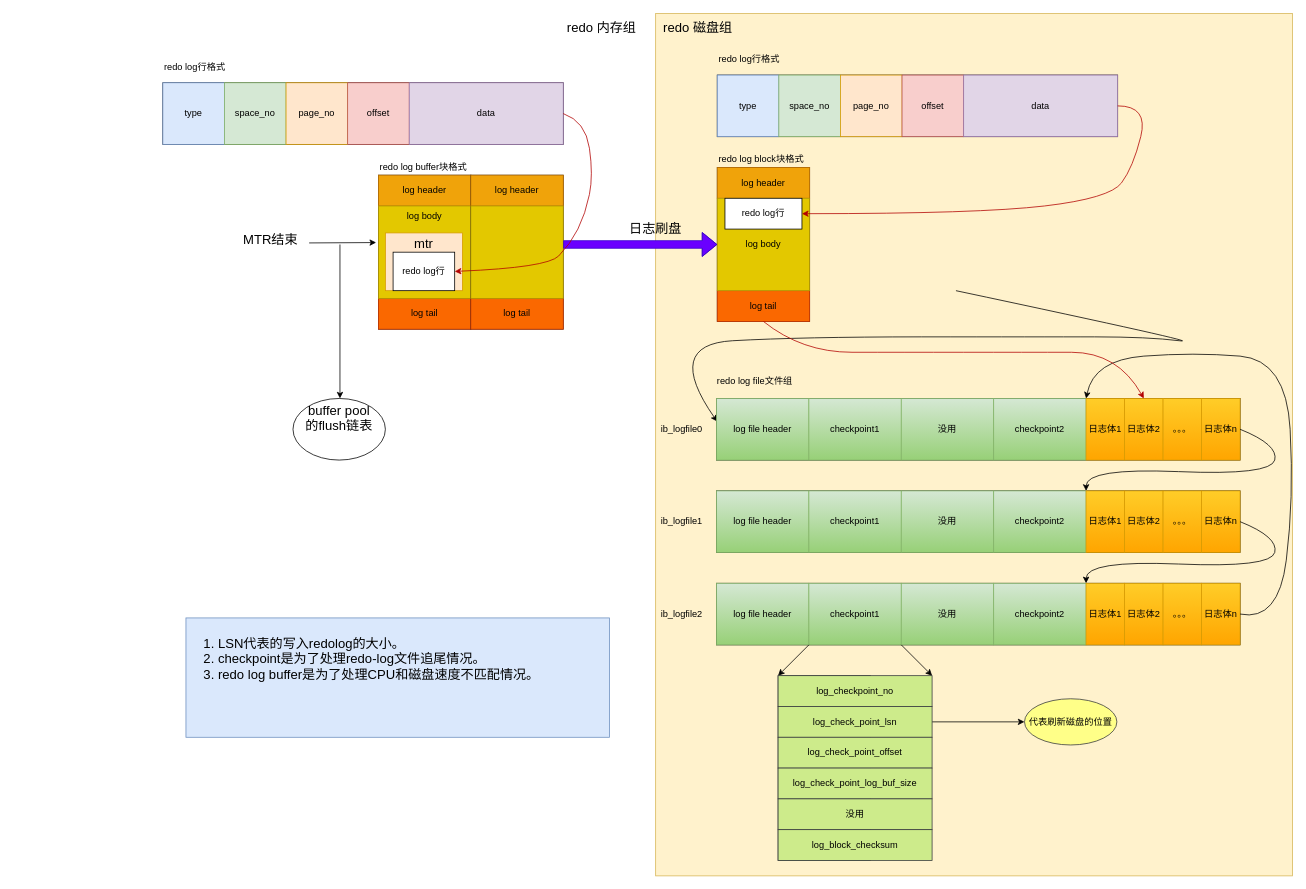
The draw.io diagram redo.drawio in wqfgithub/drawio, before the edit. Source tidied: cells renumbered, new cells numbered last; positions are measured from the earlier drawing's top-left corner, leaving out a move shared by most shapes. Both pictures are drawn from the tidied source at 77%, with x=0, y=0 at pixel (162, 13).
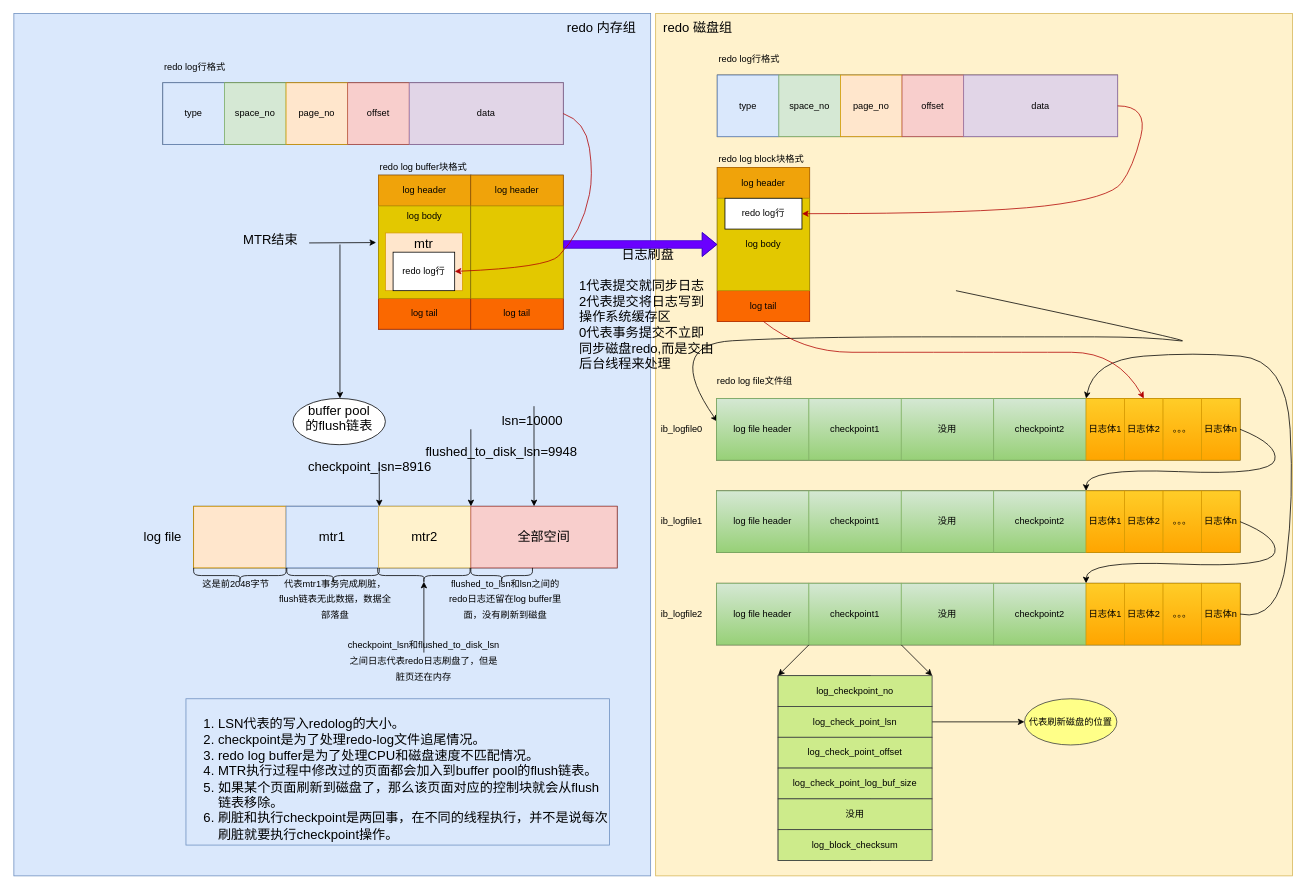
Above is the later version.

The edit, as a diff of the source:
```diff
@@
+    <mxCell id="95" style="rounded=0;whiteSpace=wrap;html=1;align=center;fillColor=#dae8fc;strokeColor=#6c8ebf;" parent="1" vertex="1">
+      <mxGeometry x="-193.5" width="827" height="1120" as="geometry" />
+    </mxCell>
@@
-    <mxCell id="87" value="&lt;ol&gt;&lt;li&gt;LSN代表的写入redolog的大小。&lt;/li&gt;&lt;li&gt;checkpoint是为了处理redo-log文件追尾情况。&lt;/li&gt;&lt;li&gt;redo log buffer是为了处理CPU和磁盘速度不匹配情况。&lt;/li&gt;&lt;/ol&gt;" style="rounded=0;whiteSpace=wrap;html=1;fontSize=17;align=left;verticalAlign=top;fillColor=#dae8fc;strokeColor=#6c8ebf;" parent="1" vertex="1">
-      <mxGeometry x="30" y="785" width="550" height="155" as="geometry" />
+    <mxCell id="87" value="&lt;ol&gt;&lt;li&gt;LSN代表的写入redolog的大小。&lt;/li&gt;&lt;li&gt;checkpoint是为了处理redo-log文件追尾情况。&lt;/li&gt;&lt;li&gt;redo log buffer是为了处理CPU和磁盘速度不匹配情况。&lt;/li&gt;&lt;li&gt;MTR执行过程中修改过的页面都会加入到buffer pool的flush链表。&lt;/li&gt;&lt;li&gt;如果某个页面刷新到磁盘了，那么该页面对应的控制块就会从flush链表移除。&lt;/li&gt;&lt;li&gt;刷脏和执行checkpoint是两回事，在不同的线程执行，并不是说每次刷脏就要执行checkpoint操作。&lt;/li&gt;&lt;/ol&gt;" style="rounded=0;whiteSpace=wrap;html=1;fontSize=17;align=left;verticalAlign=top;fillColor=#dae8fc;strokeColor=#6c8ebf;" parent="1" vertex="1">
+      <mxGeometry x="30" y="890" width="550" height="190" as="geometry" />
     </mxCell>
     <mxCell id="88" value="日志刷盘" style="text;html=1;strokeColor=none;fillColor=none;align=center;verticalAlign=middle;whiteSpace=wrap;rounded=0;fontSize=17;" parent="1" vertex="1">
-      <mxGeometry x="600" y="270" width="80" height="20" as="geometry" />
+      <mxGeometry x="590" y="305" width="80" height="20" as="geometry" />
     </mxCell>
@@
     <mxCell id="94" value="buffer pool&lt;br&gt;的flush链表" style="ellipse;whiteSpace=wrap;html=1;rounded=0;fontSize=17;gradientColor=none;align=center;verticalAlign=top;" parent="1" vertex="1">
-      <mxGeometry x="169" y="500" width="120" height="80" as="geometry" />
+      <mxGeometry x="169" y="500" width="120" height="60" as="geometry" />
     </mxCell>
+    <mxCell id="96" style="rounded=0;whiteSpace=wrap;html=1;fontSize=17;gradientColor=none;align=center;verticalAlign=top;" parent="1" vertex="1">
+      <mxGeometry x="40" y="640" width="550" height="80" as="geometry" />
+    </mxCell>
+    <mxCell id="97" style="rounded=0;whiteSpace=wrap;html=1;fontSize=17;align=center;verticalAlign=top;fillColor=#ffe6cc;strokeColor=#d79b00;" parent="1" vertex="1">
+      <mxGeometry x="40" y="640" width="120" height="80" as="geometry" />
+    </mxCell>
+    <mxCell id="98" value="mtr1" style="rounded=0;whiteSpace=wrap;html=1;fontSize=17;align=center;verticalAlign=middle;fillColor=#dae8fc;strokeColor=#6c8ebf;" parent="1" vertex="1">
+      <mxGeometry x="160" y="640" width="120" height="80" as="geometry" />
+    </mxCell>
+    <mxCell id="99" value="mtr2" style="rounded=0;whiteSpace=wrap;html=1;fontSize=17;align=center;verticalAlign=middle;fillColor=#fff2cc;strokeColor=#d6b656;" parent="1" vertex="1">
+      <mxGeometry x="280" y="640" width="120" height="80" as="geometry" />
+    </mxCell>
+    <mxCell id="100" value="全部空间" style="rounded=0;whiteSpace=wrap;html=1;fontSize=17;align=center;verticalAlign=middle;fillColor=#f8cecc;strokeColor=#b85450;" parent="1" vertex="1">
+      <mxGeometry x="400" y="640" width="190" height="80" as="geometry" />
+    </mxCell>
+    <mxCell id="101" style="shape=curlyBracket;whiteSpace=wrap;html=1;rounded=1;flipH=1;fontSize=17;gradientColor=none;align=center;verticalAlign=top;rotation=90;" parent="1" vertex="1">
+      <mxGeometry x="90" y="670" width="20" height="120" as="geometry" />
+    </mxCell>
+    <mxCell id="102" value="log file" style="text;html=1;strokeColor=none;fillColor=none;align=center;verticalAlign=middle;whiteSpace=wrap;rounded=0;fontSize=17;" parent="1" vertex="1">
+      <mxGeometry x="-30" y="670" width="60" height="20" as="geometry" />
+    </mxCell>
+    <mxCell id="103" value="&lt;font style=&quot;font-size: 12px&quot;&gt;这是前2048字节&lt;/font&gt;" style="text;html=1;strokeColor=none;fillColor=none;align=center;verticalAlign=middle;whiteSpace=wrap;rounded=0;fontSize=17;" parent="1" vertex="1">
+      <mxGeometry x="40" y="730" width="110" height="20" as="geometry" />
+    </mxCell>
+    <mxCell id="104" style="endArrow=classic;html=1;fontSize=17;entryX=0.432;entryY=0;entryDx=0;entryDy=0;entryPerimeter=0;" parent="1" edge="1" target="100">
+      <mxGeometry relative="1" as="geometry">
+        <mxPoint x="482" y="510" as="sourcePoint" />
+      </mxGeometry>
+    </mxCell>
+    <mxCell id="105" value="lsn=10000" style="text;html=1;strokeColor=none;fillColor=none;align=center;verticalAlign=middle;whiteSpace=wrap;rounded=0;fontSize=17;" parent="1" vertex="1">
+      <mxGeometry x="460" y="520" width="40" height="20" as="geometry" />
+    </mxCell>
+    <mxCell id="106" style="endArrow=classic;html=1;fontSize=17;entryX=0.432;entryY=0;entryDx=0;entryDy=0;entryPerimeter=0;" parent="1" edge="1">
+      <mxGeometry relative="1" as="geometry">
+        <mxPoint x="400" y="540" as="sourcePoint" />
+        <mxPoint x="400.1" y="640" as="targetPoint" />
+      </mxGeometry>
+    </mxCell>
+    <mxCell id="107" value="flushed_to_disk_lsn=9948" style="text;html=1;strokeColor=none;fillColor=none;align=center;verticalAlign=middle;whiteSpace=wrap;rounded=0;fontSize=17;" parent="1" vertex="1">
+      <mxGeometry x="420" y="560" width="40" height="20" as="geometry" />
+    </mxCell>
+    <mxCell id="108" style="endArrow=classic;html=1;fontSize=17;entryX=0.432;entryY=0;entryDx=0;entryDy=0;entryPerimeter=0;" parent="1" edge="1">
+      <mxGeometry relative="1" as="geometry">
+        <mxPoint x="281" y="590" as="sourcePoint" />
+        <mxPoint x="281.1" y="640" as="targetPoint" />
+      </mxGeometry>
+    </mxCell>
+    <mxCell id="109" value="checkpoint_lsn=8916" style="text;html=1;strokeColor=none;fillColor=none;align=center;verticalAlign=middle;whiteSpace=wrap;rounded=0;fontSize=17;" parent="1" vertex="1">
+      <mxGeometry x="249" y="580" width="40" height="20" as="geometry" />
+    </mxCell>
+    <mxCell id="110" style="shape=curlyBracket;whiteSpace=wrap;html=1;rounded=1;flipH=1;fontSize=17;gradientColor=none;align=center;verticalAlign=top;rotation=90;" parent="1" vertex="1">
+      <mxGeometry x="430" y="690" width="20" height="80" as="geometry" />
+    </mxCell>
+    <mxCell id="111" value="&lt;span style=&quot;font-size: 12px&quot;&gt;flushed_to_lsn和lsn之间的redo日志还留在log buffer里面，没有刷新到磁盘&lt;/span&gt;" style="text;html=1;strokeColor=none;fillColor=none;align=center;verticalAlign=middle;whiteSpace=wrap;rounded=0;fontSize=17;" parent="1" vertex="1">
+      <mxGeometry x="370" y="740" width="150" height="40" as="geometry" />
+    </mxCell>
+    <mxCell id="112" style="shape=curlyBracket;whiteSpace=wrap;html=1;rounded=1;flipH=1;fontSize=17;gradientColor=none;align=center;verticalAlign=top;rotation=90;" parent="1" vertex="1">
+      <mxGeometry x="329" y="670" width="20" height="120" as="geometry" />
+    </mxCell>
+    <mxCell id="113" value="&lt;font style=&quot;font-size: 12px&quot;&gt;checkpoint_lsn和flushed_to_disk_lsn之间日志代表redo日志刷盘了，但是脏页还在内存&lt;/font&gt;" style="text;html=1;strokeColor=none;fillColor=none;align=center;verticalAlign=middle;whiteSpace=wrap;rounded=0;fontSize=17;" parent="1" vertex="1">
+      <mxGeometry x="239" y="830" width="200" height="20" as="geometry" />
+    </mxCell>
+    <mxCell id="114" style="endArrow=classic;html=1;fontSize=17;exitX=0.5;exitY=0;exitDx=0;exitDy=0;entryX=0.1;entryY=0.5;entryDx=0;entryDy=0;entryPerimeter=0;" parent="1" edge="1" source="113" target="112">
+      <mxGeometry relative="1" as="geometry" />
+    </mxCell>
+    <mxCell id="115" style="shape=curlyBracket;whiteSpace=wrap;html=1;rounded=1;flipH=1;fontSize=17;gradientColor=none;align=center;verticalAlign=top;rotation=90;" parent="1" vertex="1">
+      <mxGeometry x="211" y="670" width="20" height="120" as="geometry" />
+    </mxCell>
+    <mxCell id="116" value="&lt;span style=&quot;font-size: 12px&quot;&gt;代表mtr1事务完成刷脏，flush链表无此数据，数据全部落盘&lt;/span&gt;" style="text;html=1;strokeColor=none;fillColor=none;align=center;verticalAlign=middle;whiteSpace=wrap;rounded=0;fontSize=17;" parent="1" vertex="1">
+      <mxGeometry x="149" y="740" width="150" height="40" as="geometry" />
+    </mxCell>
+    <mxCell id="117" value="&lt;div style=&quot;text-align: left&quot;&gt;&lt;span&gt;1代表提交就同步日志&lt;/span&gt;&lt;/div&gt;&lt;div style=&quot;text-align: left&quot;&gt;&lt;span&gt;2代表提交将日志写到操作系统缓存区&lt;/span&gt;&lt;/div&gt;&lt;div style=&quot;text-align: left&quot;&gt;&lt;span&gt;0代表事务提交不立即同步磁盘redo,而是交由后台线程来处理&lt;/span&gt;&lt;/div&gt;" style="text;html=1;strokeColor=none;fillColor=none;align=center;verticalAlign=middle;whiteSpace=wrap;rounded=0;fontSize=17;" parent="1" vertex="1">
+      <mxGeometry x="540" y="350" width="180" height="110" as="geometry" />
+    </mxCell>
```
